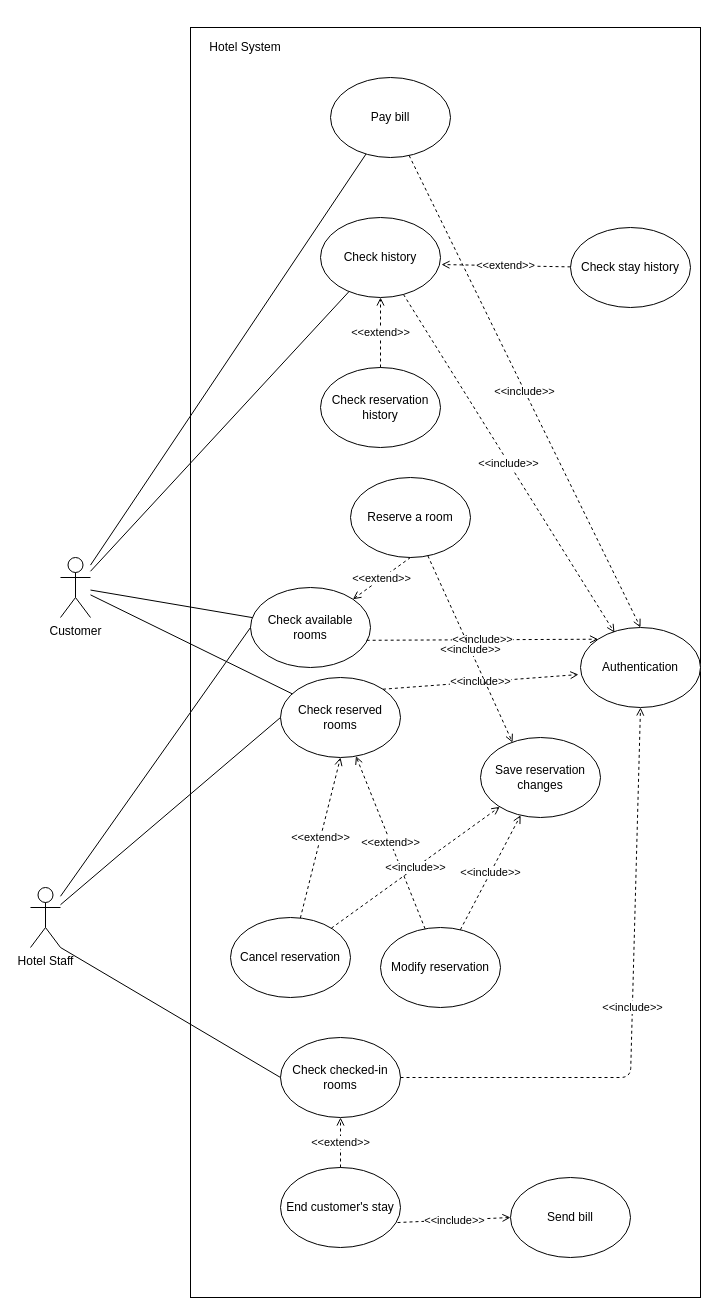
Earlier version of the draw.io diagram Diagrams/UseCase/HotelBooker.drawio (mclhtay/CS4471). Source tidied: cells renumbered, new cells numbered last; positions are measured from the earlier drawing's top-left corner, leaving out a move shared by most shapes. Both pictures are drawn from the tidied source at 100%, with x=0, y=0 at pixel (30, 27).
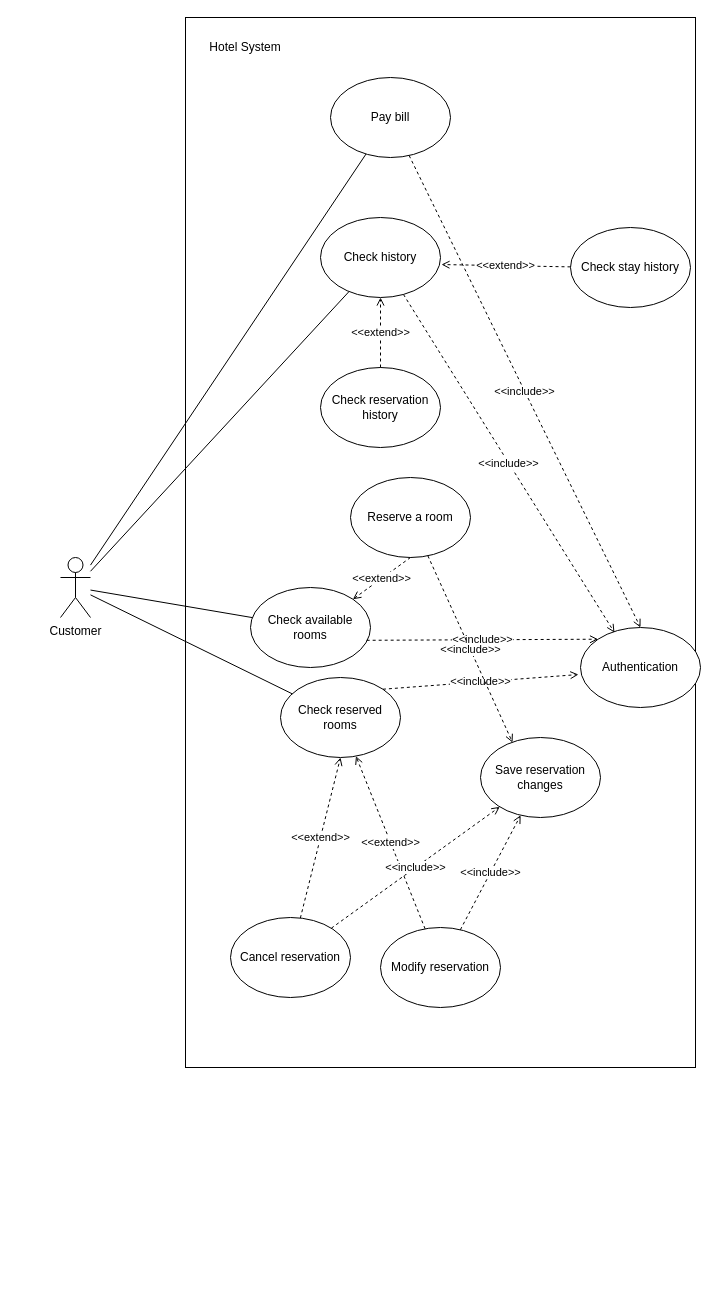
After the change.

Commit message (it also covers changes not shown here):
Separate two diagram

Remove the stuff from the HotelBooker diagram

The change refers to these unchanged cells:
```xml
<mxCell id="4" value="Authentication" style="ellipse;whiteSpace=wrap;html=1;" parent="1" vertex="1">
  <mxGeometry x="550" y="600" width="120" height="80" as="geometry" />
</mxCell>
<mxCell id="6" value="Check reserved rooms" style="ellipse;whiteSpace=wrap;html=1;" parent="1" vertex="1">
  <mxGeometry x="250" y="650" width="120" height="80" as="geometry" />
</mxCell>
<mxCell id="20" value="Check available rooms" style="ellipse;whiteSpace=wrap;html=1;" parent="1" vertex="1">
  <mxGeometry x="220" y="560" width="120" height="80" as="geometry" />
</mxCell>
```

The edit, as a diff of the source:
```diff
@@
     <mxCell id="2" style="rounded=0;whiteSpace=wrap;html=1;" parent="1" vertex="1">
-      <mxGeometry x="160" width="510" height="1270" as="geometry" />
+      <mxGeometry x="155" y="-10" width="510" height="1050" as="geometry" />
     </mxCell>
-    <mxCell id="3" value="Hotel Staff" style="shape=umlActor;verticalLabelPosition=bottom;verticalAlign=top;html=1;outlineConnect=0;" parent="1" vertex="1">
-      <mxGeometry y="860" width="30" height="60" as="geometry" />
-    </mxCell>
@@
-    <mxCell id="5" value="Check checked-in rooms" style="ellipse;whiteSpace=wrap;html=1;" parent="1" vertex="1">
-      <mxGeometry x="250" y="1010" width="120" height="80" as="geometry" />
-    </mxCell>
@@
-    <mxCell id="7" value="End customer's stay" style="ellipse;whiteSpace=wrap;html=1;" parent="1" vertex="1">
-      <mxGeometry x="250" y="1140" width="120" height="80" as="geometry" />
-    </mxCell>
@@
-    <mxCell id="9" value="Send bill" style="ellipse;whiteSpace=wrap;html=1;" parent="1" vertex="1">
-      <mxGeometry x="480" y="1150" width="120" height="80" as="geometry" />
-    </mxCell>
@@
-    <mxCell id="11" style="endArrow=none;html=1;entryX=0;entryY=0.5;entryDx=0;entryDy=0;" parent="1" edge="1" source="3" target="6">
-      <mxGeometry relative="1" as="geometry" />
-    </mxCell>
-    <mxCell id="12" style="endArrow=none;html=1;exitX=1;exitY=1;exitDx=0;exitDy=0;exitPerimeter=0;entryX=0;entryY=0.5;entryDx=0;entryDy=0;" parent="1" edge="1" source="3" target="5">
-      <mxGeometry relative="1" as="geometry" />
-    </mxCell>
@@
-    <mxCell id="15" value="&amp;lt;&amp;lt;extend&amp;gt;&amp;gt;" style="endArrow=open;html=1;exitX=0.5;exitY=0;exitDx=0;exitDy=0;entryX=0.5;entryY=1;entryDx=0;entryDy=0;dashed=1;endFill=0;" parent="1" edge="1" source="7" target="5">
-      <mxGeometry relative="1" as="geometry" />
-    </mxCell>
-    <mxCell id="16" value="&amp;lt;&amp;lt;include&amp;gt;&amp;gt;" style="endArrow=open;html=1;exitX=0.975;exitY=0.688;exitDx=0;exitDy=0;dashed=1;endFill=0;exitPerimeter=0;entryX=0;entryY=0.5;entryDx=0;entryDy=0;" parent="1" edge="1" source="7" target="9">
-      <mxGeometry relative="1" as="geometry" />
-    </mxCell>
-    <mxCell id="17" value="&amp;lt;&amp;lt;include&amp;gt;&amp;gt;" style="endArrow=open;html=1;dashed=1;endFill=0;entryX=0.5;entryY=1;entryDx=0;entryDy=0;" parent="1" edge="1" source="5" target="4">
-      <mxGeometry relative="1" as="geometry">
-        <Array as="points">
-          <mxPoint x="600" y="1050" />
-        </Array>
-      </mxGeometry>
-    </mxCell>
@@
-    <mxCell id="21" style="endArrow=none;html=1;entryX=0;entryY=0.5;entryDx=0;entryDy=0;" parent="1" edge="1" source="3" target="20">
-      <mxGeometry relative="1" as="geometry" />
-    </mxCell>
```
